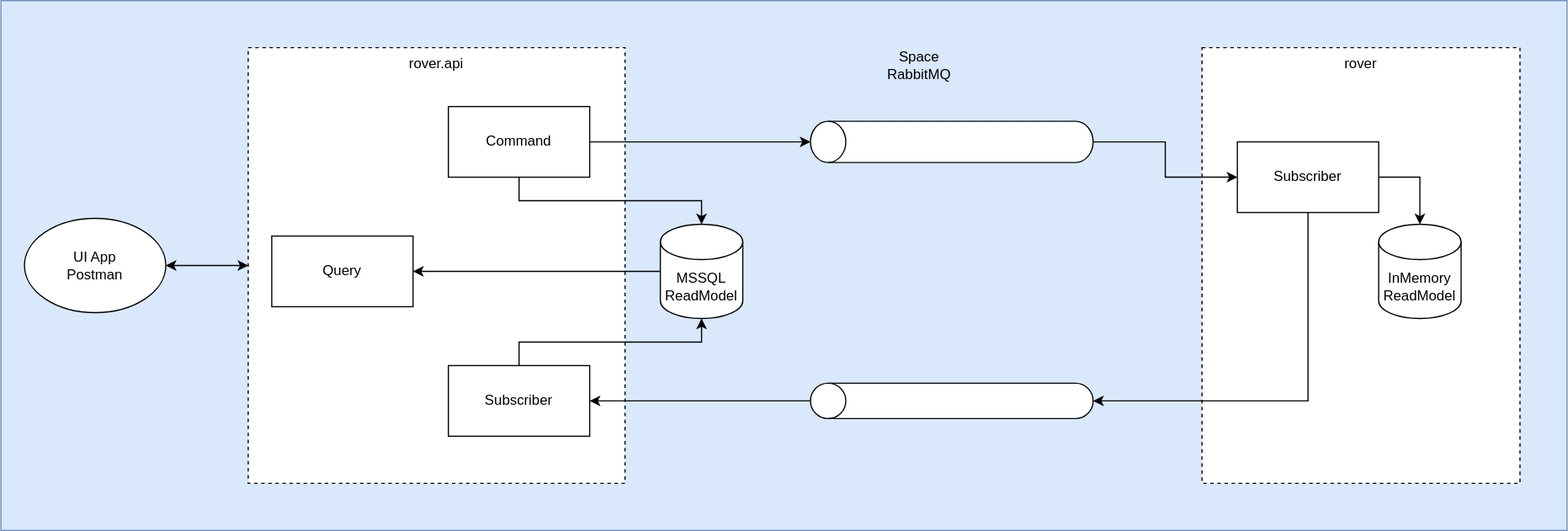
Earlier version of the draw.io export src/Utilities/MarsRoverArchitectureV2.svg (samuele-cozzi/2021-marsrover). Source tidied: cells renumbered, new cells last; positions are measured from the earlier drawing's top-left corner, leaving out a move shared by most shapes.
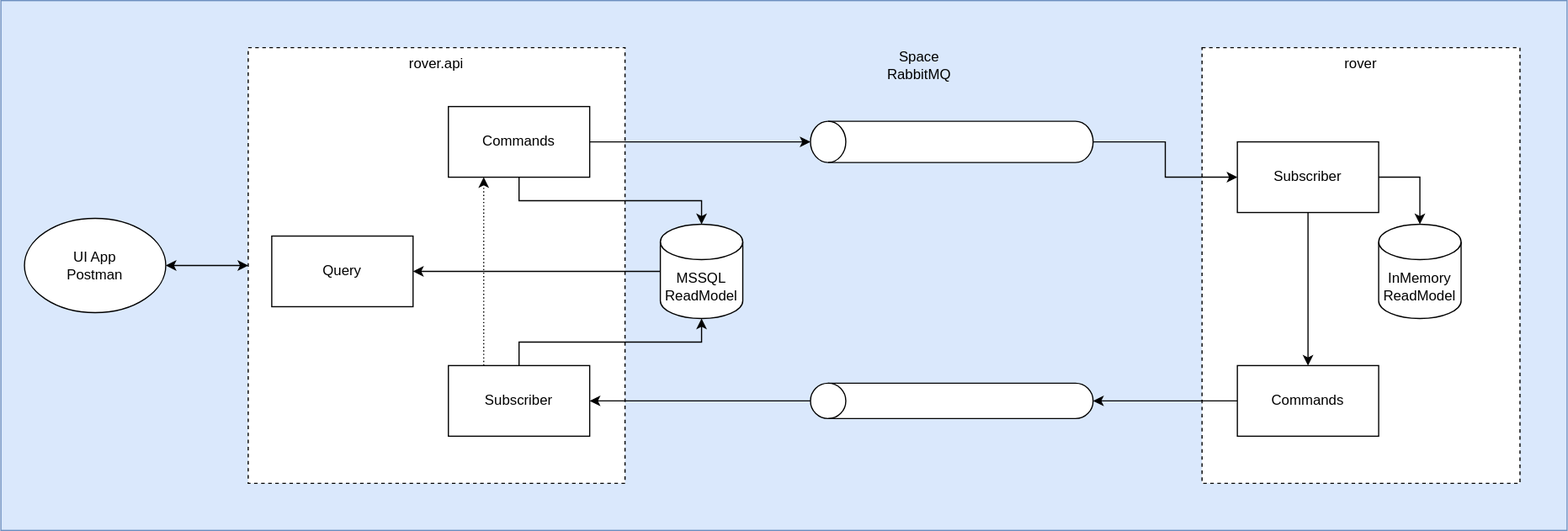
The same diagram one commit later.

Change to the diagram source:
```diff
@@ -23,7 +23,7 @@
     <mxCell id="8" style="edgeStyle=orthogonalEdgeStyle;rounded=0;jettySize=auto;html=1;exitX=1;exitY=0.5;exitDx=0;exitDy=0;entryX=0.5;entryY=0;entryDx=0;entryDy=0;entryPerimeter=0;" parent="1" edge="1" source="9" target="11">
       <mxGeometry relative="1" as="geometry" />
     </mxCell>
-    <mxCell id="9" value="Command" style="rounded=0;whiteSpace=wrap;html=1;" parent="1" vertex="1">
+    <mxCell id="9" value="Commands" style="rounded=0;whiteSpace=wrap;html=1;" parent="1" vertex="1">
       <mxGeometry x="380" y="90" width="120" height="60" as="geometry" />
     </mxCell>
     <mxCell id="10" style="edgeStyle=orthogonalEdgeStyle;rounded=0;jettySize=auto;html=1;exitX=0.5;exitY=1;exitDx=0;exitDy=0;exitPerimeter=0;entryX=0;entryY=0.5;entryDx=0;entryDy=0;" parent="1" edge="1" source="11" target="14">
@@ -32,12 +32,12 @@
     <mxCell id="11" style="shape=cylinder3;whiteSpace=wrap;boundedLbl=1;backgroundOutline=1;size=15;rotation=-90;horizontal=1;direction=east;flipH=0;flipV=0;html=1;" parent="1" vertex="1">
       <mxGeometry x="790" width="35" height="240" as="geometry" />
     </mxCell>
-    <mxCell id="12" style="edgeStyle=orthogonalEdgeStyle;rounded=0;jettySize=auto;html=1;exitX=0.5;exitY=1;exitDx=0;exitDy=0;entryX=0.5;entryY=1;entryDx=0;entryDy=0;entryPerimeter=0;" parent="1" edge="1" source="14" target="16">
-      <mxGeometry relative="1" as="geometry" />
-    </mxCell>
     <mxCell id="13" style="edgeStyle=orthogonalEdgeStyle;rounded=0;jettySize=auto;html=1;exitX=1;exitY=0.5;exitDx=0;exitDy=0;entryX=0.5;entryY=0;entryDx=0;entryDy=0;entryPerimeter=0;" parent="1" edge="1" source="14" target="22">
       <mxGeometry relative="1" as="geometry" />
     </mxCell>
+    <mxCell id="24" style="edgeStyle=orthogonalEdgeStyle;rounded=0;jettySize=auto;html=1;exitX=0.5;exitY=1;exitDx=0;exitDy=0;entryX=0.5;entryY=0;entryDx=0;entryDy=0;" parent="1" edge="1" source="14" target="27">
+      <mxGeometry relative="1" as="geometry" />
+    </mxCell>
     <mxCell id="14" value="Subscriber" style="rounded=0;whiteSpace=wrap;html=1;" parent="1" vertex="1">
       <mxGeometry x="1050" y="120" width="120" height="60" as="geometry" />
     </mxCell>
@@ -56,6 +56,9 @@
     <mxCell id="19" style="edgeStyle=orthogonalEdgeStyle;rounded=0;jettySize=auto;html=1;exitX=0.5;exitY=0;exitDx=0;exitDy=0;entryX=0.5;entryY=1;entryDx=0;entryDy=0;entryPerimeter=0;" parent="1" edge="1" source="20" target="18">
       <mxGeometry relative="1" as="geometry" />
     </mxCell>
+    <mxCell id="25" style="edgeStyle=orthogonalEdgeStyle;rounded=0;jettySize=auto;html=1;exitX=0.25;exitY=0;exitDx=0;exitDy=0;entryX=0.25;entryY=1;entryDx=0;entryDy=0;dashed=1;dashPattern=1 2;" parent="1" edge="1" source="20" target="9">
+      <mxGeometry relative="1" as="geometry" />
+    </mxCell>
     <mxCell id="20" value="Subscriber" style="rounded=0;whiteSpace=wrap;html=1;" parent="1" vertex="1">
       <mxGeometry x="380" y="310" width="120" height="60" as="geometry" />
     </mxCell>
@@ -68,5 +71,11 @@
     <mxCell id="23" value="&lt;div&gt;Space&lt;/div&gt;&lt;div&gt;RabbitMQ&lt;br&gt;&lt;/div&gt;" style="text;html=1;strokeColor=none;fillColor=none;align=center;verticalAlign=middle;whiteSpace=wrap;rounded=0;" parent="1" vertex="1">
       <mxGeometry x="750" y="40" width="60" height="30" as="geometry" />
     </mxCell>
+    <mxCell id="26" style="edgeStyle=orthogonalEdgeStyle;rounded=0;jettySize=auto;html=1;exitX=0;exitY=0.5;exitDx=0;exitDy=0;entryX=0.5;entryY=1;entryDx=0;entryDy=0;entryPerimeter=0;" parent="1" edge="1" source="27" target="16">
+      <mxGeometry relative="1" as="geometry" />
+    </mxCell>
+    <mxCell id="27" value="Commands" style="rounded=0;whiteSpace=wrap;html=1;" parent="1" vertex="1">
+      <mxGeometry x="1050" y="310" width="120" height="60" as="geometry" />
+    </mxCell>
   </root>
 </mxGraphModel>
```
